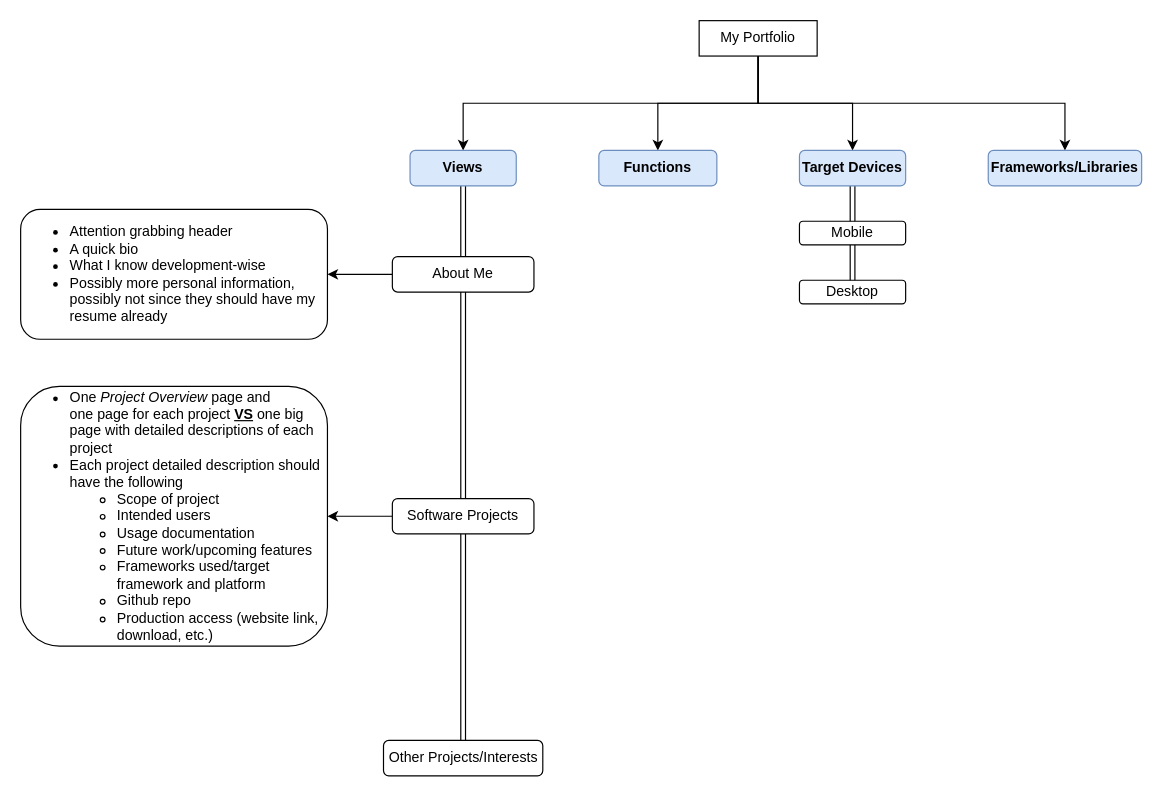
yannihilator/yannihilator.github.io keeps this draw.io diagram as portfolio.drawio. Above is the earlier version. Source tidied: cells renumbered, new cells numbered last; positions are measured from the earlier drawing's top-left corner, leaving out a move shared by most shapes. Both pictures are drawn from the tidied source at 118%, with x=0, y=0 at pixel (20, 20).
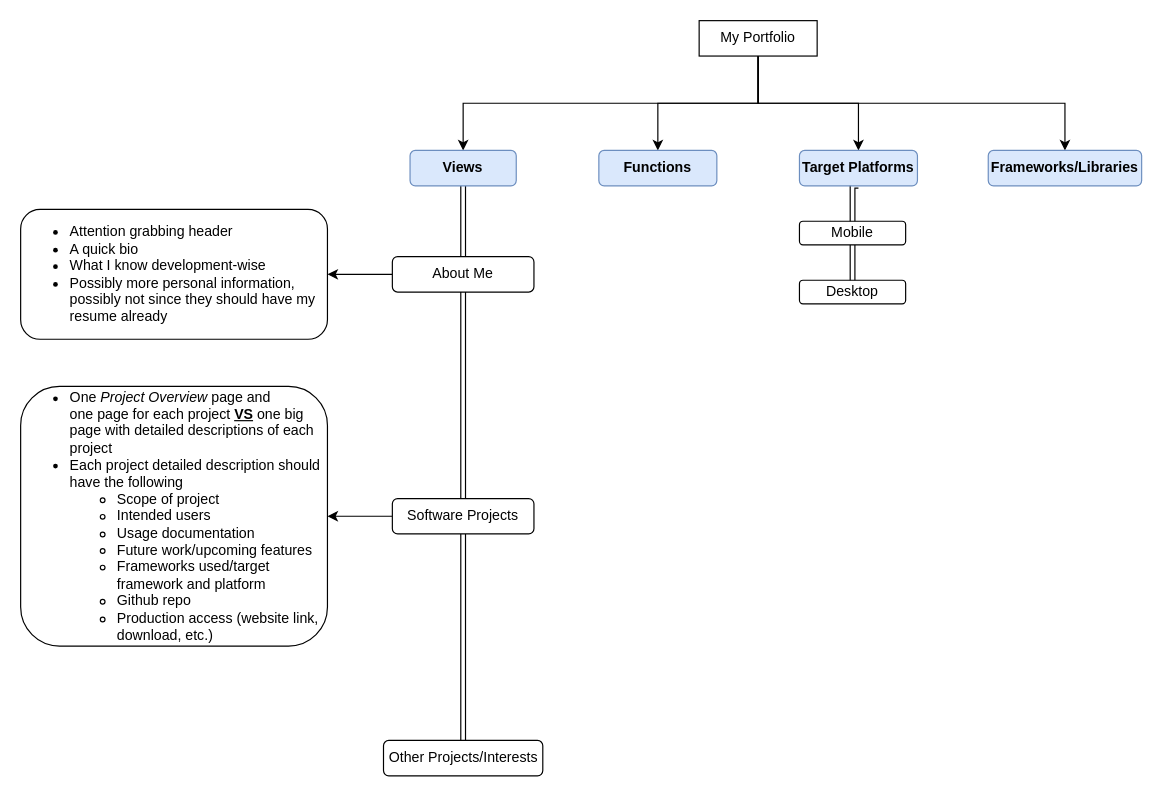
The same page after the edit.

Diff of the diagram source:
```diff
@@
-    <mxCell id="14" value="Target Devices" style="rounded=1;whiteSpace=wrap;html=1;fillColor=#dae8fc;strokeColor=#6c8ebf;fontStyle=1;" parent="1" vertex="1">
-      <mxGeometry x="660" y="110" width="90" height="30" as="geometry" />
+    <mxCell id="14" value="Target Platforms" style="rounded=1;whiteSpace=wrap;html=1;fillColor=#dae8fc;strokeColor=#6c8ebf;fontStyle=1;" parent="1" vertex="1">
+      <mxGeometry x="660" y="110" width="100" height="30" as="geometry" />
     </mxCell>
```
